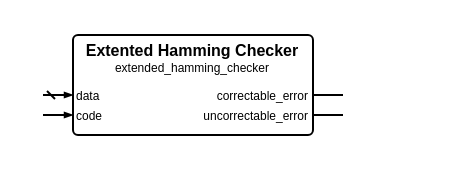
Above: sources/error_control/extended_hamming/extended_hamming_checker.symbol.drawio in Louis-DR/OmniCores-BuildingBlocks (draw.io), before the change. Source tidied: cells renumbered, new cells numbered last; positions are measured from the earlier drawing's top-left corner, leaving out a move shared by most shapes. Both pictures are drawn from the tidied source at 200%, with x=0, y=0 at pixel (42, 34).
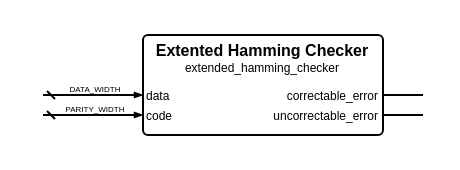
After the change.

Change to the diagram source:
```diff
@@
 <mxGraphModel>
   <root>
     <mxCell id="0" />
     <mxCell id="1" parent="0" />
     <mxCell id="2" style="group;" parent="1" vertex="1">
-      <mxGeometry width="150" height="50" as="geometry" />
+      <mxGeometry width="190" height="50" as="geometry" />
     </mxCell>
     <mxCell id="3" style="rounded=1;arcSize=5;fillColor=none;strokeWidth=1;strokeColor=black;whiteSpace=wrap;html=1;" parent="2" vertex="1">
-      <mxGeometry x="15" width="120" height="50" as="geometry" />
+      <mxGeometry x="50" width="120" height="50" as="geometry" />
     </mxCell>
     <mxCell id="4" value="Extented Hamming Checker" style="text;html=1;align=center;verticalAlign=middle;whiteSpace=wrap;rounded=0;fontSize=8;fontStyle=1;fontColor=black;" parent="2" vertex="1">
-      <mxGeometry x="15" y="7" width="120" as="geometry" />
+      <mxGeometry x="50" y="7" width="120" as="geometry" />
     </mxCell>
     <mxCell id="5" value="extended_hamming_checker" style="text;html=1;align=center;verticalAlign=middle;whiteSpace=wrap;rounded=0;fontSize=6;fontStyle=0;fontColor=black;" parent="2" vertex="1">
-      <mxGeometry x="15" y="16" width="120" as="geometry" />
+      <mxGeometry x="50" y="16" width="120" as="geometry" />
     </mxCell>
     <mxCell id="6" value="data" style="text;html=1;align=left;verticalAlign=middle;whiteSpace=wrap;rounded=0;fontSize=6;fontStyle=0;fontColor=black;" parent="2" vertex="1">
-      <mxGeometry x="15" y="30" width="120" as="geometry" />
+      <mxGeometry x="50" y="30" width="120" as="geometry" />
     </mxCell>
     <mxCell id="7" style="html=1;rounded=1;strokeWidth=1;strokeColor=black;startFill=0;startSize=2;startArrow=dash;endFill=1;endSize=2;endArrow=blockThin;sourcePerimeterSpacing=0;" parent="2" edge="1">
       <mxGeometry relative="1" as="geometry">
         <mxPoint y="30" as="sourcePoint" />
-        <mxPoint x="15" y="30" as="targetPoint" />
+        <mxPoint x="50" y="30" as="targetPoint" />
       </mxGeometry>
     </mxCell>
+    <mxCell id="14" value="DATA_WIDTH" style="text;html=1;align=center;verticalAlign=middle;whiteSpace=nowrap;rounded=0;fontSize=4;fontStyle=0;fontColor=black;" parent="2" vertex="1">
+      <mxGeometry x="25" y="27" as="geometry" />
+    </mxCell>
     <mxCell id="8" value="correctable_error" style="text;html=1;align=right;verticalAlign=middle;whiteSpace=wrap;rounded=0;fontSize=6;fontStyle=0;fontColor=black;" parent="2" vertex="1">
-      <mxGeometry x="15" y="30" width="120" as="geometry" />
+      <mxGeometry x="50" y="30" width="120" as="geometry" />
     </mxCell>
     <mxCell id="9" style="html=1;rounded=1;strokeWidth=1;strokeColor=black;startFill=0;startSize=2;startArrow=none;endFill=1;endSize=2;endArrow=none;sourcePerimeterSpacing=0;" parent="2" edge="1">
       <mxGeometry relative="1" as="geometry">
-        <mxPoint x="150" y="30" as="sourcePoint" />
-        <mxPoint x="135" y="30" as="targetPoint" />
+        <mxPoint x="190" y="30" as="sourcePoint" />
+        <mxPoint x="170" y="30" as="targetPoint" />
       </mxGeometry>
     </mxCell>
     <mxCell id="10" value="code" style="text;html=1;align=left;verticalAlign=middle;whiteSpace=wrap;rounded=0;fontSize=6;fontStyle=0;fontColor=black;" parent="2" vertex="1">
-      <mxGeometry x="15" y="40" width="120" as="geometry" />
+      <mxGeometry x="50" y="40" width="120" as="geometry" />
     </mxCell>
-    <mxCell id="11" style="html=1;rounded=1;strokeWidth=1;strokeColor=black;startFill=0;startSize=2;startArrow=none;endFill=1;endSize=2;endArrow=blockThin;sourcePerimeterSpacing=0;" parent="2" edge="1">
+    <mxCell id="11" style="html=1;rounded=1;strokeWidth=1;strokeColor=black;startFill=0;startSize=2;startArrow=dash;endFill=1;endSize=2;endArrow=blockThin;sourcePerimeterSpacing=0;" parent="2" edge="1">
       <mxGeometry relative="1" as="geometry">
         <mxPoint y="40" as="sourcePoint" />
-        <mxPoint x="15" y="40" as="targetPoint" />
+        <mxPoint x="50" y="40" as="targetPoint" />
       </mxGeometry>
     </mxCell>
+    <mxCell id="15" value="PARITY_WIDTH" style="text;html=1;align=center;verticalAlign=middle;whiteSpace=nowrap;rounded=0;fontSize=4;fontStyle=0;fontColor=black;" parent="2" vertex="1">
+      <mxGeometry x="25" y="37" as="geometry" />
+    </mxCell>
     <mxCell id="12" value="uncorrectable_error" style="text;html=1;align=right;verticalAlign=middle;whiteSpace=wrap;rounded=0;fontSize=6;fontStyle=0;fontColor=black;" parent="2" vertex="1">
-      <mxGeometry x="15" y="40" width="120" as="geometry" />
+      <mxGeometry x="50" y="40" width="120" as="geometry" />
     </mxCell>
     <mxCell id="13" style="html=1;rounded=1;strokeWidth=1;strokeColor=black;startFill=0;startSize=2;startArrow=none;endFill=1;endSize=2;endArrow=none;sourcePerimeterSpacing=0;" parent="2" edge="1">
       <mxGeometry relative="1" as="geometry">
-        <mxPoint x="150" y="40" as="sourcePoint" />
-        <mxPoint x="135" y="40" as="targetPoint" />
+        <mxPoint x="190" y="40" as="sourcePoint" />
+        <mxPoint x="170" y="40" as="targetPoint" />
       </mxGeometry>
     </mxCell>
   </root>
 </mxGraphModel>
```
